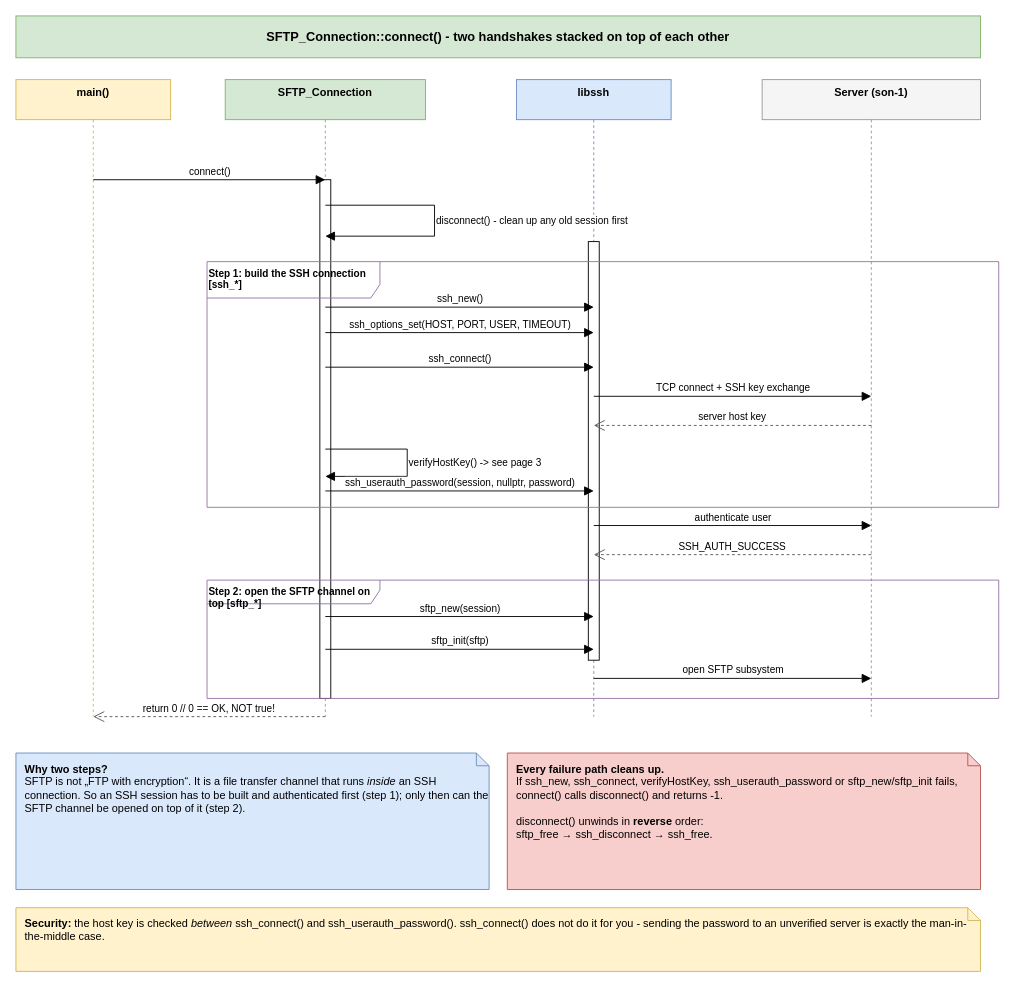
Earlier version of the draw.io diagram page "1 - SFTP connect" (1 of 3) of Code/handout/diagrams/runtime_behaviour.drawio (FabriceFF/son-ftp.cs.hshl.org). Source tidied: cells renumbered, new cells numbered last; positions are measured from the earlier drawing's top-left corner, leaving out a move shared by most shapes. Both pictures are drawn from the tidied source at 91%, with x=0, y=0 at pixel (15, 15).
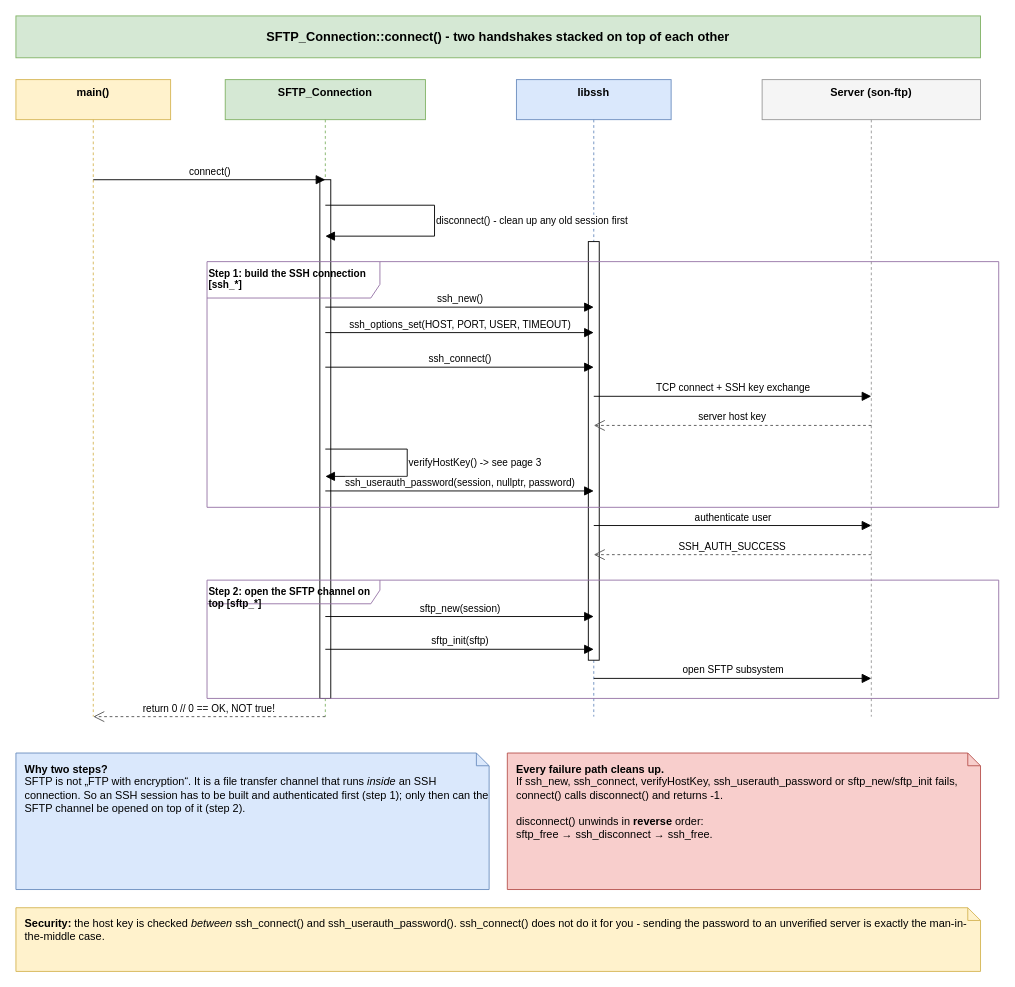
The same page after the edit.

Commit message (it also covers changes not shown here):
Migrate exercise server from son-1 to son-ftp

Diff of the diagram source:
```diff
@@
-    <mxCell id="6" value="Server (son-1)" style="shape=umlLifeline;perimeter=lifelinePerimeter;whiteSpace=wrap;html=1;size=44;fillColor=#f5f5f5;strokeColor=#999999;fontSize=12;fontStyle=1;verticalAlign=top;" parent="1" vertex="1">
+    <mxCell id="6" value="Server (son-ftp)" style="shape=umlLifeline;perimeter=lifelinePerimeter;whiteSpace=wrap;html=1;size=44;fillColor=#f5f5f5;strokeColor=#999999;fontSize=12;fontStyle=1;verticalAlign=top;" parent="1" vertex="1">
       <mxGeometry x="820" y="70" width="240" height="700" as="geometry" />
     </mxCell>
```
